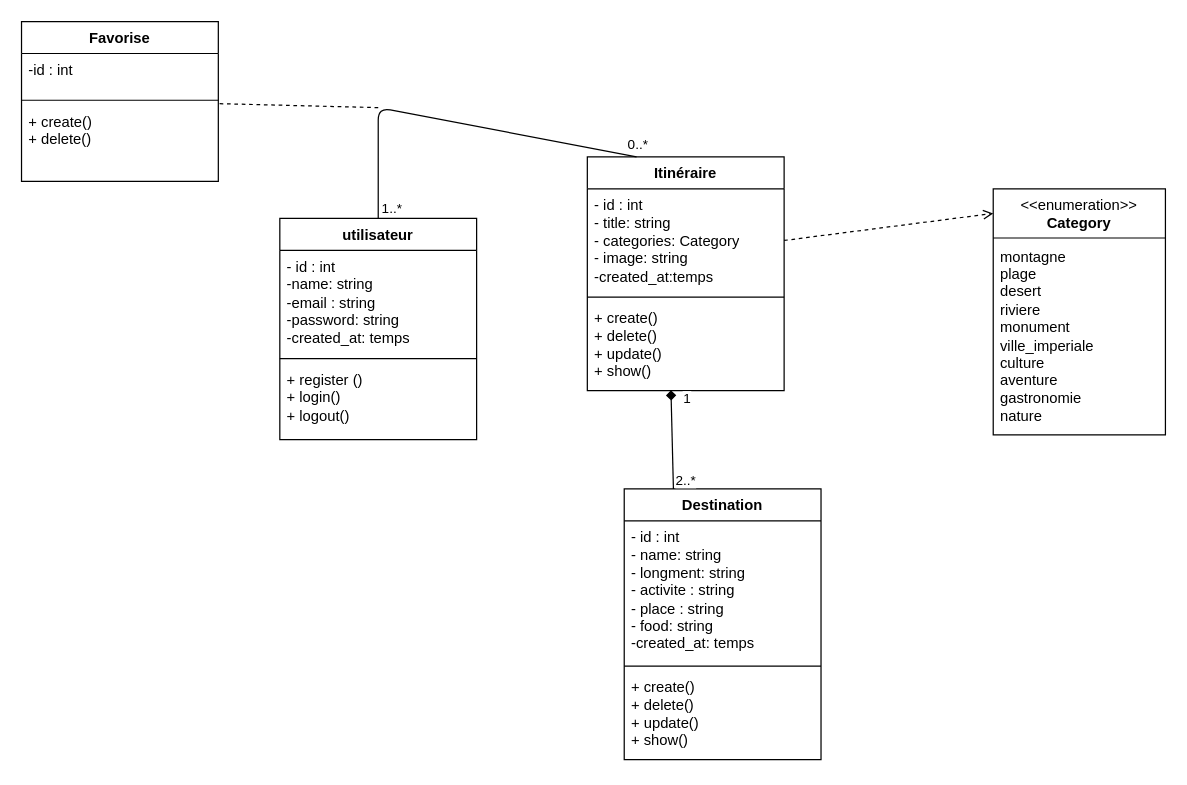
Earlier version of the draw.io diagram UML/diagrammeClasse.drawio (Hanane2001/MarocExplore). Source tidied: cells renumbered, new cells numbered last; positions are measured from the earlier drawing's top-left corner, leaving out a move shared by most shapes. Both pictures are drawn from the tidied source at 123%, with x=0, y=0 at pixel (21, 21).
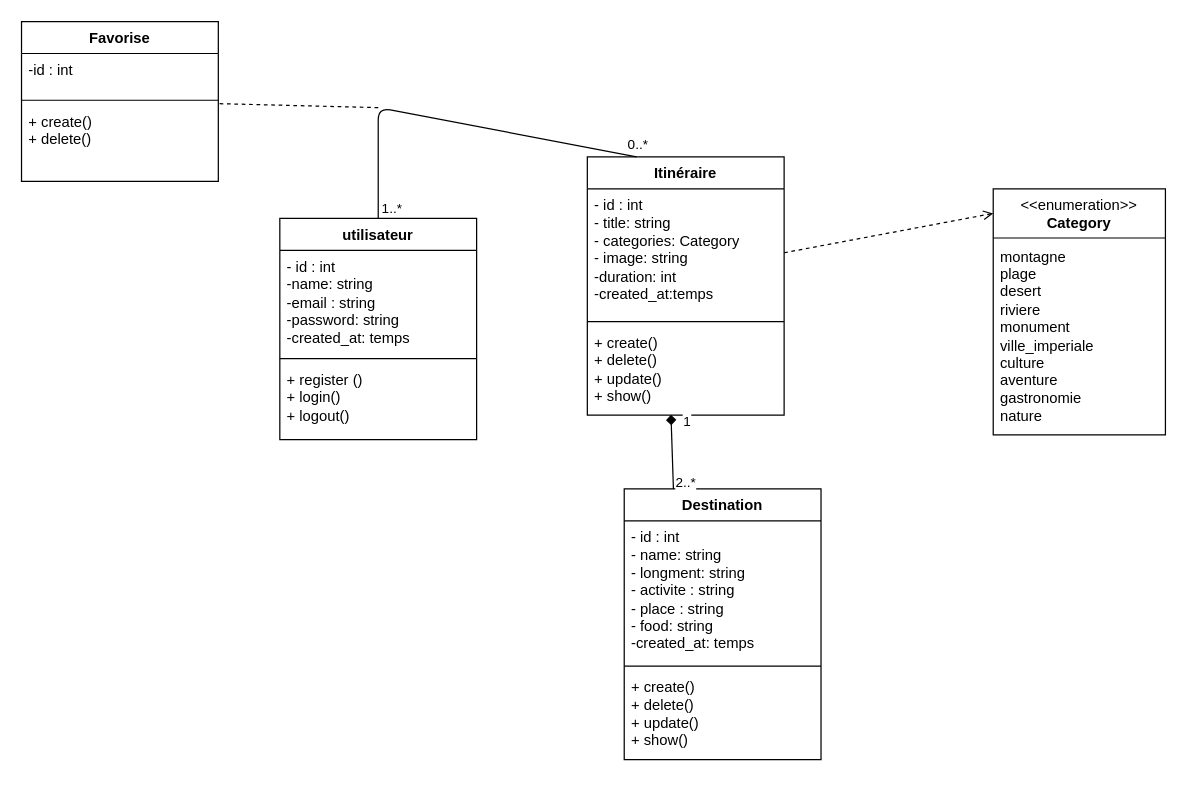
The same page after the edit.

What changed in the source:
```diff
@@
     <mxCell id="6" value="Itinéraire" style="swimlane;fontStyle=1;align=center;verticalAlign=top;horizontal=1;startSize=26;whiteSpace=wrap;html=1;" parent="1" vertex="1">
-      <mxGeometry x="460" y="110" width="160" height="190" as="geometry" />
+      <mxGeometry x="460" y="110" width="160" height="210" as="geometry" />
     </mxCell>
-    <mxCell id="7" value="- id : int&amp;nbsp;&lt;div&gt;- title: string&lt;/div&gt;&lt;div&gt;- categories: Category&lt;/div&gt;&lt;div&gt;- image: string&lt;/div&gt;&lt;div&gt;-created_at:temps&lt;/div&gt;" style="text;strokeColor=none;fillColor=none;align=left;verticalAlign=top;spacingLeft=4;spacingRight=4;overflow=hidden;points=[[0,0.5],[1,0.5]];portConstraint=eastwest;whiteSpace=wrap;html=1;" parent="6" vertex="1">
-      <mxGeometry y="26" width="160" height="84" as="geometry" />
+    <mxCell id="7" value="- id : int&amp;nbsp;&lt;div&gt;- title: string&lt;/div&gt;&lt;div&gt;- categories: Category&lt;/div&gt;&lt;div&gt;- image: string&lt;/div&gt;&lt;div&gt;-duration: int&lt;/div&gt;&lt;div&gt;-created_at:temps&lt;/div&gt;" style="text;strokeColor=none;fillColor=none;align=left;verticalAlign=top;spacingLeft=4;spacingRight=4;overflow=hidden;points=[[0,0.5],[1,0.5]];portConstraint=eastwest;whiteSpace=wrap;html=1;" parent="6" vertex="1">
+      <mxGeometry y="26" width="160" height="104" as="geometry" />
     </mxCell>
     <mxCell id="8" style="line;strokeWidth=1;fillColor=none;align=left;verticalAlign=middle;spacingTop=-1;spacingLeft=3;spacingRight=3;labelPosition=right;strokeColor=inherit;" parent="6" vertex="1">
-      <mxGeometry y="110" width="160" height="8" as="geometry" />
+      <mxGeometry y="130" width="160" height="8" as="geometry" />
     </mxCell>
     <mxCell id="9" value="+ create()&lt;div&gt;&lt;font color=&quot;#000000&quot;&gt;+ delete()&lt;/font&gt;&lt;/div&gt;&lt;div&gt;&lt;font color=&quot;#000000&quot;&gt;+ update()&lt;/font&gt;&lt;/div&gt;&lt;div&gt;&lt;font color=&quot;#000000&quot;&gt;&lt;font color=&quot;#000000&quot;&gt;+ show()&lt;br&gt;&lt;/font&gt;&lt;/font&gt;&lt;div&gt;&lt;br&gt;&lt;/div&gt;&lt;/div&gt;" style="text;strokeColor=none;fillColor=none;align=left;verticalAlign=top;spacingLeft=4;spacingRight=4;overflow=hidden;points=[[0,0.5],[1,0.5]];portConstraint=eastwest;whiteSpace=wrap;html=1;" parent="6" vertex="1">
-      <mxGeometry y="118" width="160" height="72" as="geometry" />
+      <mxGeometry y="138" width="160" height="72" as="geometry" />
     </mxCell>
```
